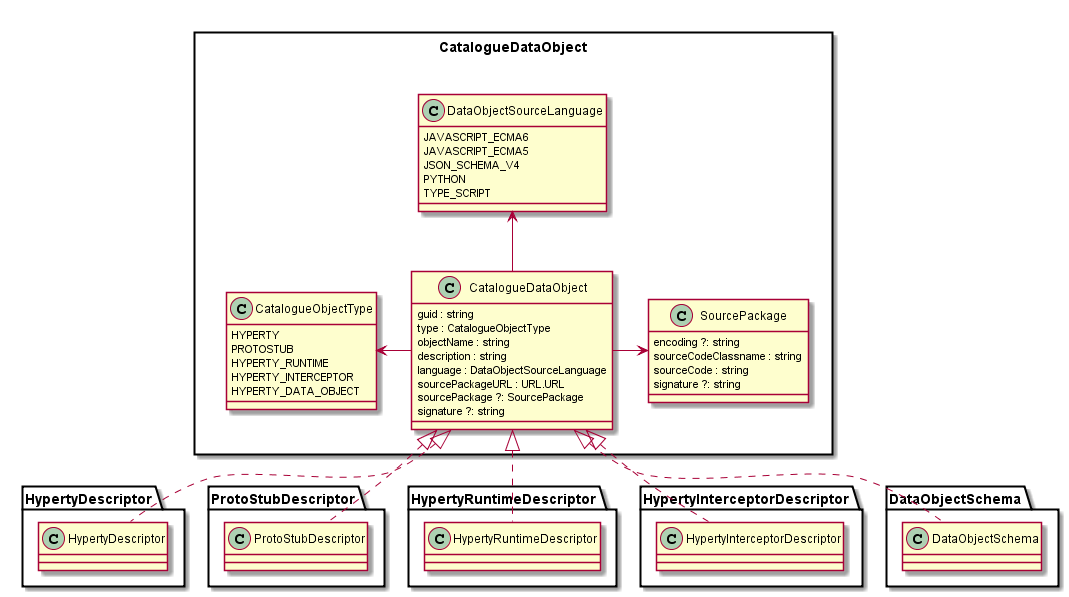
Above: docs/datamodel/Catalogue-Data-Object.png in reTHINK-project/dev-service-framework (PlantUML), before the change.
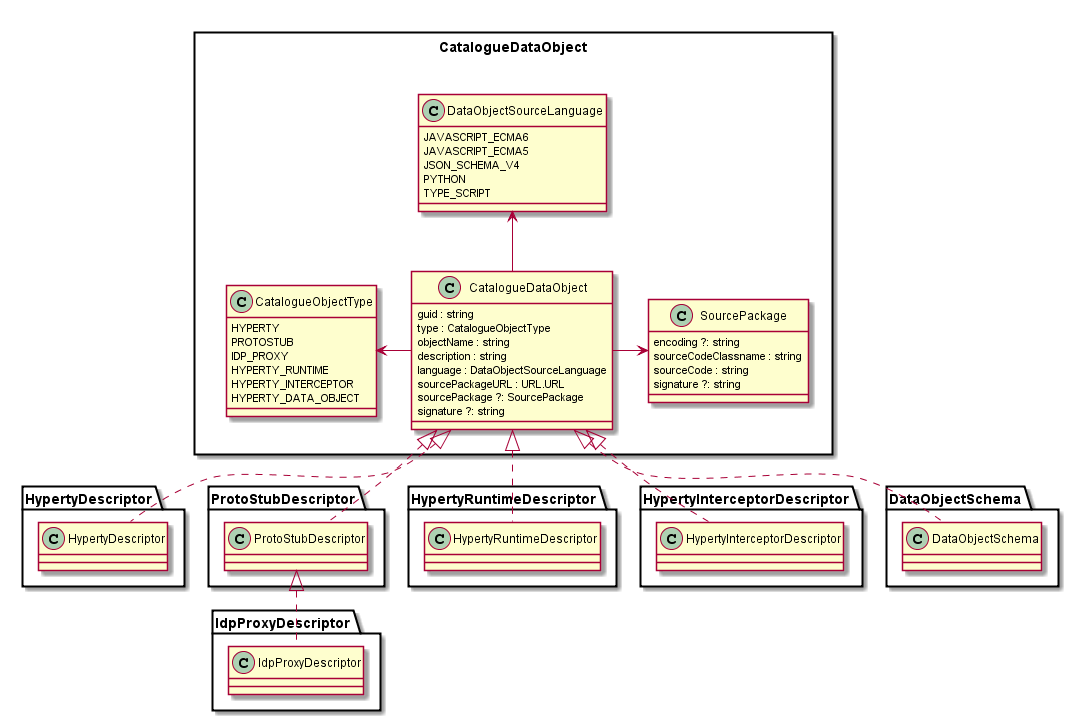
The same file after the commit.

Commit message:
Catalogue data model updated to support IdpProxy

Change to the diagram source:
```diff
@@ -16,6 +16,7 @@
 	class CatalogueObjectType {
 	HYPERTY
 	PROTOSTUB
+	IDP_PROXY
 	HYPERTY_RUNTIME
 	HYPERTY_INTERCEPTOR
 	HYPERTY_DATA_OBJECT
@@ -42,6 +43,7 @@
 
 	HypertyDescriptor.HypertyDescriptor .up.|> CatalogueDataObject
 	ProtoStubDescriptor.ProtoStubDescriptor .up.|> CatalogueDataObject
+	ProtoStubDescriptor.ProtoStubDescriptor <|.down. IdpProxyDescriptor.IdpProxyDescriptor
 	HypertyRuntimeDescriptor.HypertyRuntimeDescriptor .up.|> CatalogueDataObject
 	HypertyInterceptorDescriptor.HypertyInterceptorDescriptor .up.|> CatalogueDataObject
 	DataObjectSchema.DataObjectSchema .up.|> CatalogueDataObject
```
